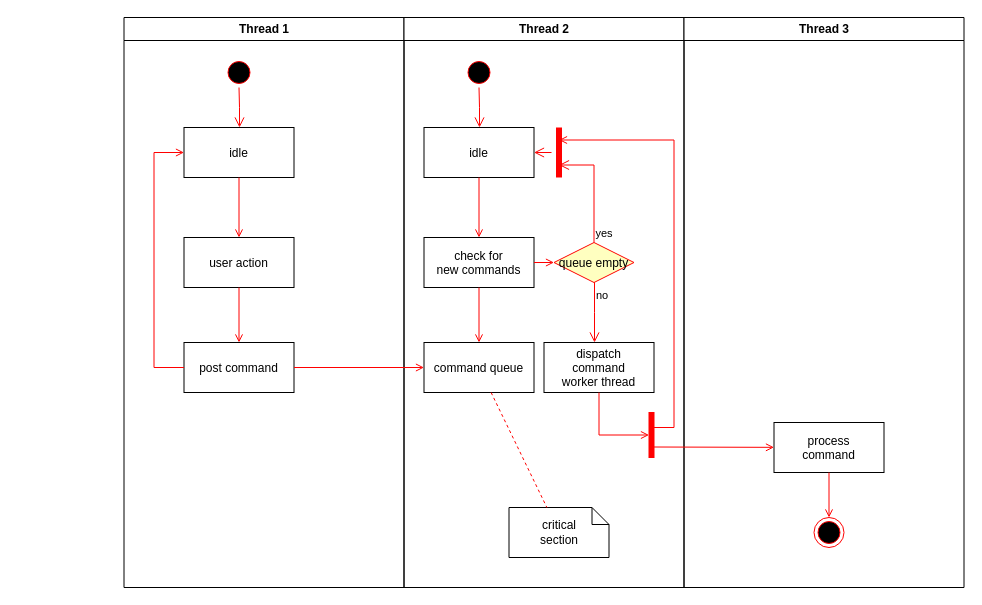
Above: Untitled Diagram.drawio in reihannudin24/BinusOnline (draw.io), before the change. Source tidied: cells renumbered, new cells numbered last; positions are measured from the earlier drawing's top-left corner, leaving out a move shared by most shapes. Both pictures are drawn from the tidied source at 100%, with x=0, y=0 at pixel (123, 17).
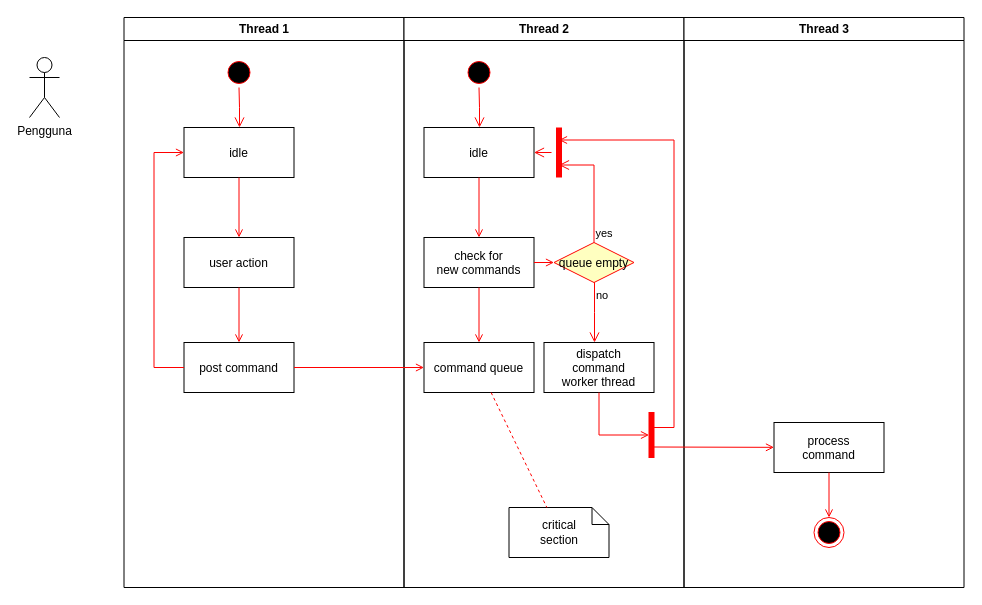
Above is the later version.

What changed in the source:
```diff
@@
+    <mxCell id="37" value="Pengguna" style="shape=umlActor;verticalLabelPosition=bottom;verticalAlign=top;html=1;" parent="1" vertex="1">
+      <mxGeometry x="-94" y="40" width="30" height="60" as="geometry" />
+    </mxCell>
```
